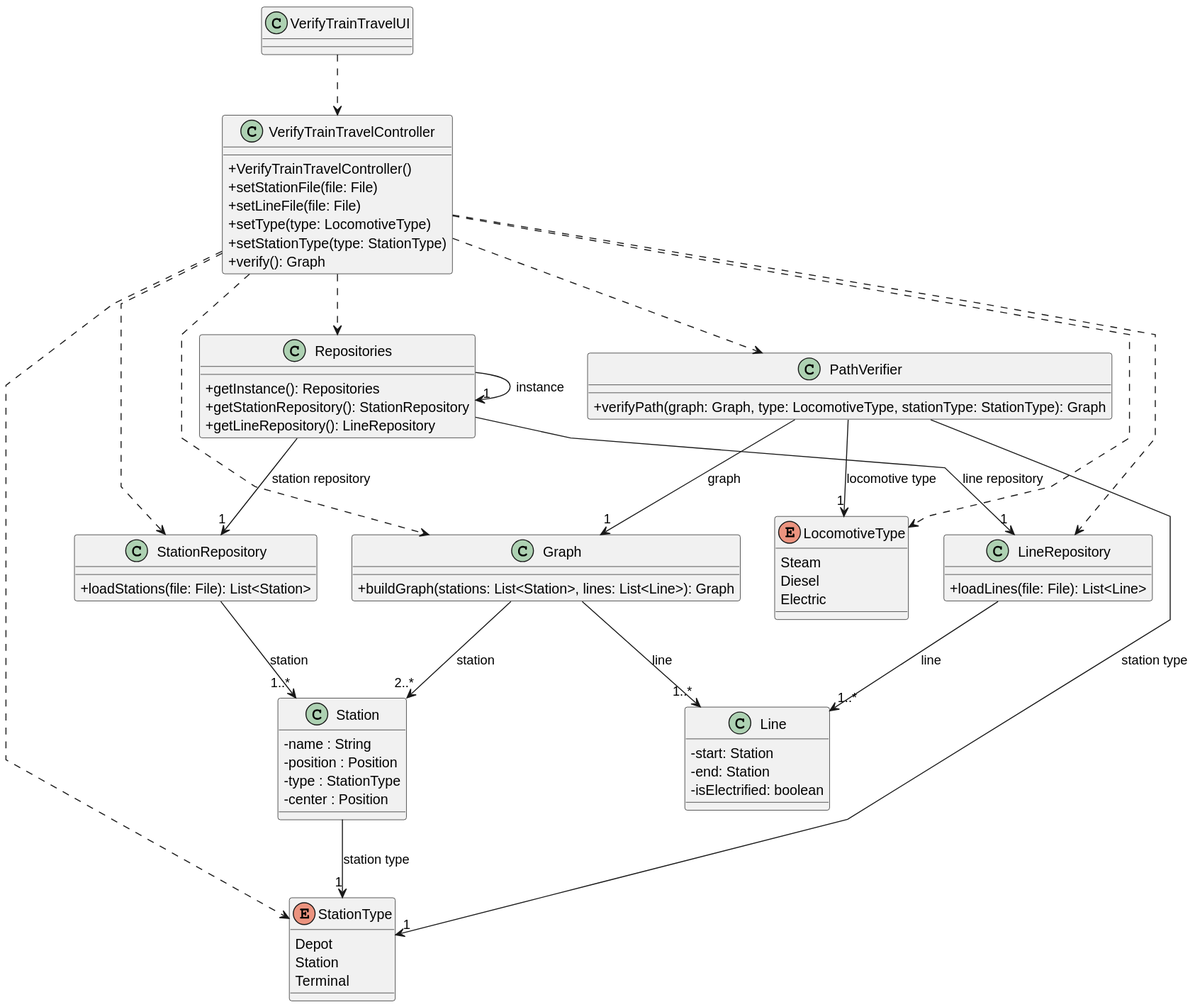
Earlier version of the PlantUML export Sprint2/US013/03.design/svg/US013-CD.svg (1240935/pi2-railway-simulator).
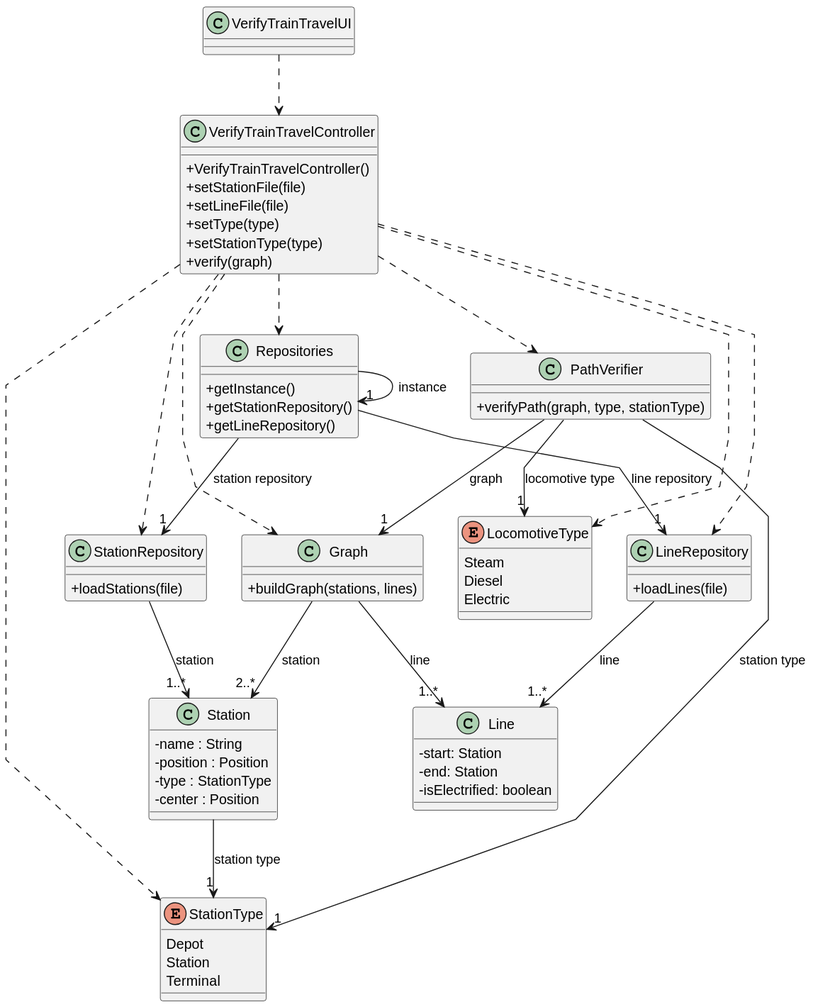
Later version of the same file.

The edit, as a diff of the source:
```diff
@@ -11,11 +11,11 @@
 
 class VerifyTrainTravelController {
   +VerifyTrainTravelController()
-  +setStationFile(file: File)
-  +setLineFile(file: File)
-  +setType(type: LocomotiveType)
-  +setStationType(type: StationType)
-  +verify(): Graph
+  +setStationFile(file)
+  +setLineFile(file)
+  +setType(type)
+  +setStationType(type)
+  +verify(graph)
 }
 
 class Station {
@@ -44,25 +44,25 @@
 }
 
 class Graph {
-  +buildGraph(stations: List<Station>, lines: List<Line>): Graph
+  +buildGraph(stations, lines)
 }
 
 class PathVerifier {
-  +verifyPath(graph: Graph, type: LocomotiveType, stationType: StationType): Graph
+  +verifyPath(graph, type, stationType)
 }
 
 class Repositories {
-  +getInstance(): Repositories
-  +getStationRepository(): StationRepository
-  +getLineRepository(): LineRepository
+  +getInstance()
+  +getStationRepository()
+  +getLineRepository()
 }
 
 class StationRepository {
-  +loadStations(file: File): List<Station>
+  +loadStations(file)
 }
 
 class LineRepository {
-  +loadLines(file: File): List<Line>
+  +loadLines(file)
 }
 
 VerifyTrainTravelUI ..> VerifyTrainTravelController
```
